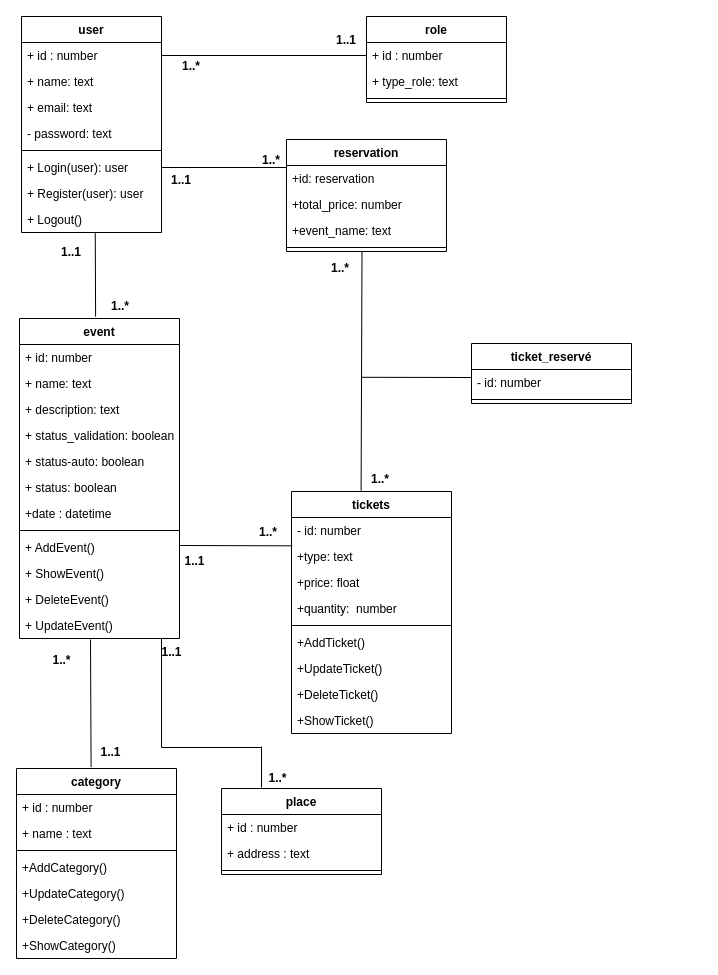
This is page "Class Diagram" (1 of 2) of Evento/uml/classdiagram.drawio from SalBouhamidi/Evento, a draw.io file, before an edit. Source tidied: cells renumbered, new cells numbered last; positions are measured from the earlier drawing's top-left corner, leaving out a move shared by most shapes. Both pictures are drawn from the tidied source at 100%, with x=0, y=0 at pixel (16, 16).
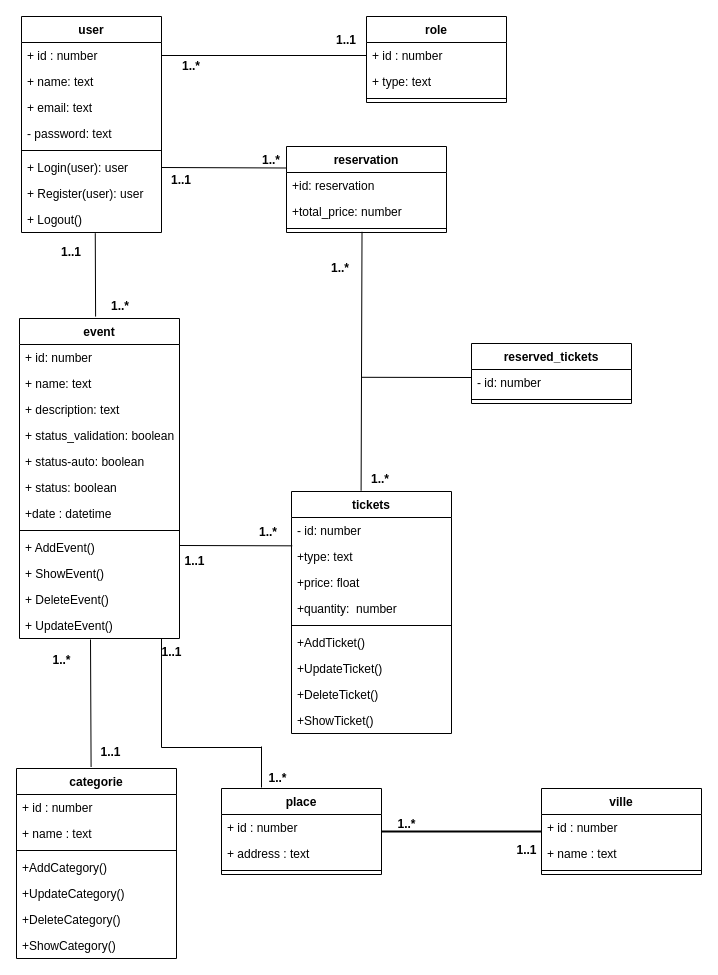
The same diagram, later.

Unchanged cells that the change refers to:
```xml
<mxCell id="11" value="role" style="swimlane;fontStyle=1;align=center;verticalAlign=top;horizontal=1;startSize=26;" parent="1" vertex="1">
  <mxGeometry x="350" width="140" height="86" as="geometry" />
</mxCell>
```

The edit, as a diff of the source:
```diff
@@
-    <mxCell id="13" value="+ type_role: text" style="text;strokeColor=none;fillColor=none;align=left;verticalAlign=top;spacingLeft=4;spacingRight=4;overflow=hidden;" parent="11" vertex="1">
+    <mxCell id="13" value="+ type: text" style="text;strokeColor=none;fillColor=none;align=left;verticalAlign=top;spacingLeft=4;spacingRight=4;overflow=hidden;" parent="11" vertex="1">
       <mxGeometry y="52" width="140" height="26" as="geometry" />
     </mxCell>
@@
-    <mxCell id="28" value="ticket_reservé" style="swimlane;fontStyle=1;align=center;verticalAlign=top;horizontal=1;startSize=26;" parent="1" vertex="1">
+    <mxCell id="28" value="reserved_tickets" style="swimlane;fontStyle=1;align=center;verticalAlign=top;horizontal=1;startSize=26;" parent="1" vertex="1">
       <mxGeometry x="455" y="327" width="160" height="60" as="geometry" />
     </mxCell>
@@
-    <mxCell id="34" value="category" style="swimlane;fontStyle=1;align=center;verticalAlign=top;horizontal=1;startSize=26;" parent="1" vertex="1">
+    <mxCell id="34" value="categorie" style="swimlane;fontStyle=1;align=center;verticalAlign=top;horizontal=1;startSize=26;" parent="1" vertex="1">
       <mxGeometry y="752" width="160" height="190" as="geometry" />
     </mxCell>
@@
     <mxCell id="47" value="reservation" style="swimlane;fontStyle=1;align=center;verticalAlign=top;horizontal=1;startSize=26;" parent="1" vertex="1">
-      <mxGeometry x="270" y="123" width="160" height="112" as="geometry" />
+      <mxGeometry x="270" y="130" width="160" height="86" as="geometry" />
     </mxCell>
@@
-    <mxCell id="50" value="+event_name: text" style="text;strokeColor=none;fillColor=none;align=left;verticalAlign=top;spacingLeft=4;spacingRight=4;overflow=hidden;" parent="47" vertex="1">
-      <mxGeometry y="78" width="160" height="26" as="geometry" />
-    </mxCell>
     <mxCell id="51" style="line;strokeWidth=1;fillColor=none;align=left;verticalAlign=middle;spacingTop=-1;spacingLeft=3;spacingRight=3;labelPosition=right;points=[];portConstraint=eastwest;strokeColor=inherit;" parent="47" vertex="1">
-      <mxGeometry y="104" width="160" height="8" as="geometry" />
+      <mxGeometry y="78" width="160" height="8" as="geometry" />
     </mxCell>
@@
+    <mxCell id="82" value="ville" style="swimlane;fontStyle=1;align=center;verticalAlign=top;horizontal=1;startSize=26;" parent="1" vertex="1">
+      <mxGeometry x="525" y="772" width="160" height="86" as="geometry" />
+    </mxCell>
+    <mxCell id="83" value="+ id : number" style="text;strokeColor=none;fillColor=none;align=left;verticalAlign=top;spacingLeft=4;spacingRight=4;overflow=hidden;" parent="82" vertex="1">
+      <mxGeometry y="26" width="160" height="26" as="geometry" />
+    </mxCell>
+    <mxCell id="84" value="+ name : text" style="text;strokeColor=none;fillColor=none;align=left;verticalAlign=top;spacingLeft=4;spacingRight=4;overflow=hidden;" parent="82" vertex="1">
+      <mxGeometry y="52" width="160" height="26" as="geometry" />
+    </mxCell>
+    <mxCell id="85" style="line;strokeWidth=1;fillColor=none;align=left;verticalAlign=middle;spacingTop=-1;spacingLeft=3;spacingRight=3;labelPosition=right;strokeColor=inherit;" parent="82" vertex="1">
+      <mxGeometry y="78" width="160" height="8" as="geometry" />
+    </mxCell>
+    <mxCell id="86" style="line;strokeWidth=2;html=1;" parent="1" vertex="1">
+      <mxGeometry x="365" y="810" width="160" height="10" as="geometry" />
+    </mxCell>
+    <mxCell id="87" value="1..*" style="text;align=center;fontStyle=1;verticalAlign=middle;spacingLeft=3;spacingRight=3;strokeColor=none;" parent="1" vertex="1">
+      <mxGeometry x="360" y="794" width="61" height="26" as="geometry" />
+    </mxCell>
+    <mxCell id="88" value="1..1" style="text;align=center;fontStyle=1;verticalAlign=middle;spacingLeft=3;spacingRight=3;strokeColor=none;" parent="1" vertex="1">
+      <mxGeometry x="480" y="820" width="61" height="26" as="geometry" />
+    </mxCell>
```
